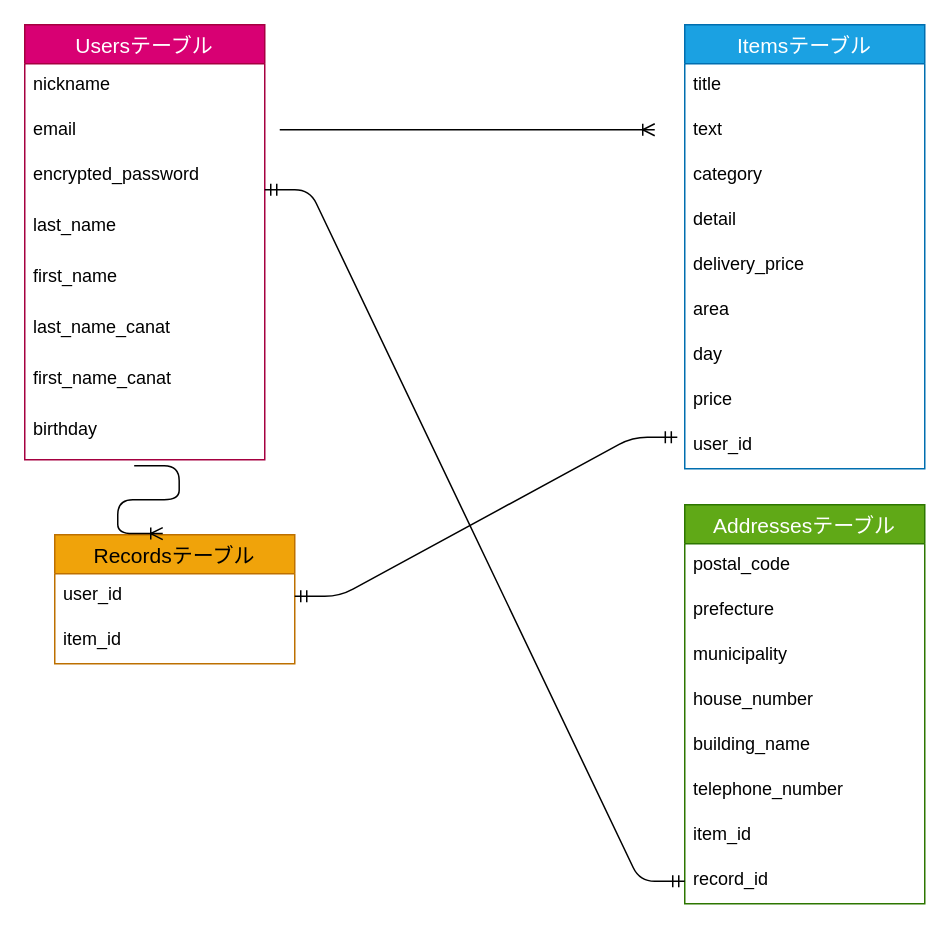
The draw.io diagram furima.dio in bo-domi/furima-36197, before the edit. Source tidied: cells renumbered, new cells numbered last; positions are measured from the earlier drawing's top-left corner, leaving out a move shared by most shapes. Both pictures are drawn from the tidied source at 150%, with x=0, y=0 at pixel (24, 24).
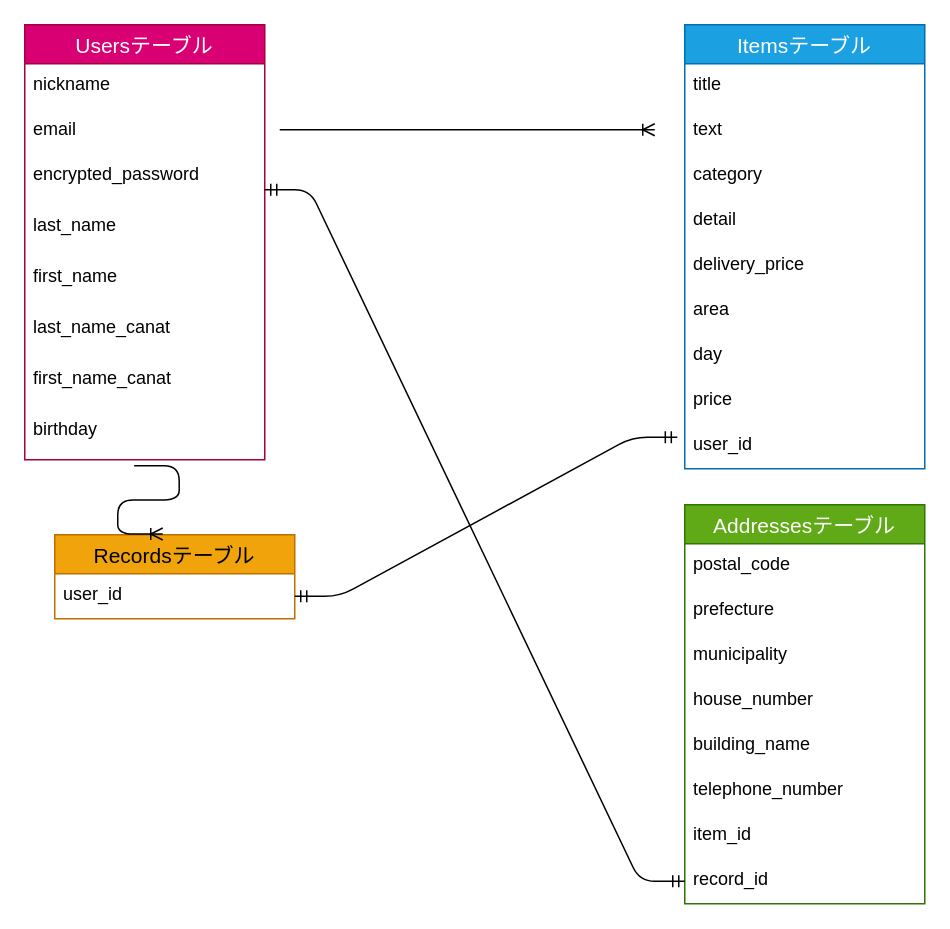
After the change.

Commit message (it also covers changes not shown here):
データベース再作成6

The edit, as a diff of the source:
```diff
@@
     <mxCell id="2" value="Recordsテーブル" style="swimlane;fontStyle=0;horizontal=1;startSize=26;align=center;fontSize=14;fillColor=#f0a30a;strokeColor=#BD7000;fontColor=#000000;" parent="1" vertex="1">
-      <mxGeometry x="20" y="340" width="160" height="86" as="geometry" />
+      <mxGeometry x="20" y="340" width="160" height="56" as="geometry" />
     </mxCell>
@@
-    <mxCell id="4" value="item_id" style="text;strokeColor=none;fillColor=none;spacingLeft=4;spacingRight=4;overflow=hidden;fontSize=12;" parent="2" vertex="1">
-      <mxGeometry y="56" width="160" height="30" as="geometry" />
-    </mxCell>
```
